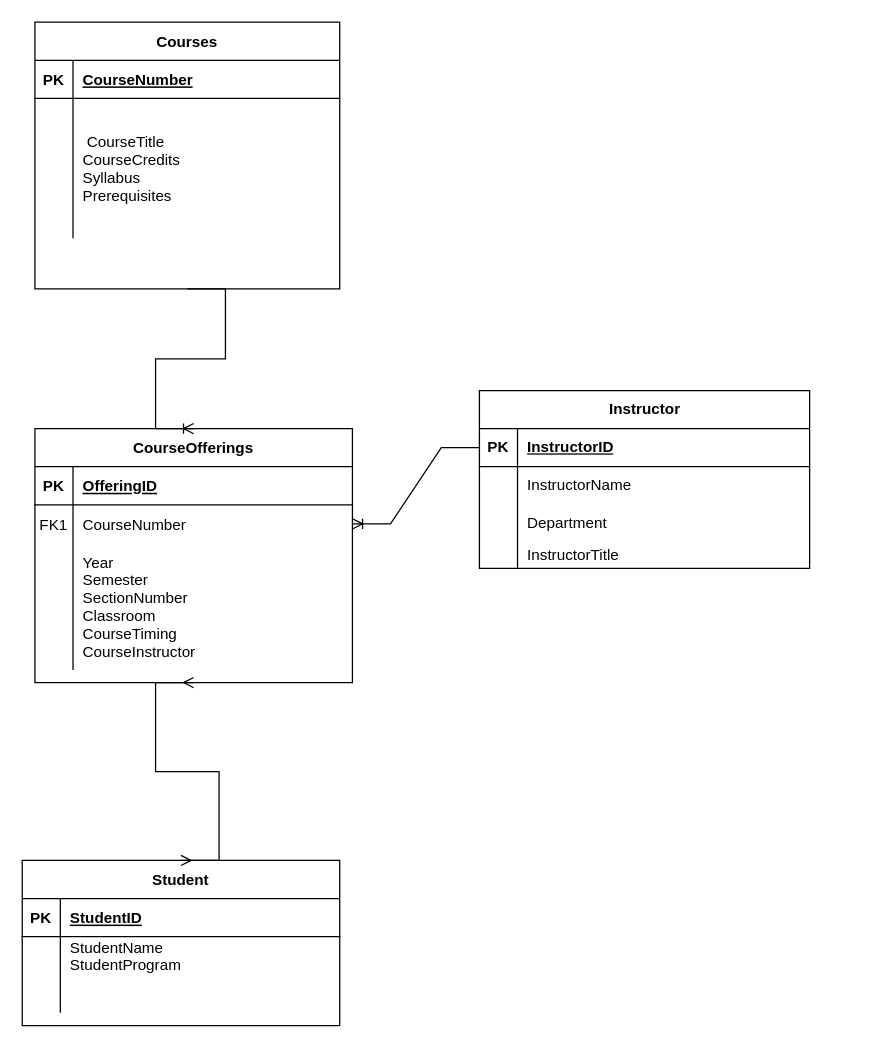
HarrisonMicai/Music-Library-Database keeps this draw.io diagram as Untitled Diagram.drawio. Above is the earlier version. Source tidied: cells renumbered, new cells numbered last; positions are measured from the earlier drawing's top-left corner, leaving out a move shared by most shapes. Both pictures are drawn from the tidied source at 127%, with x=0, y=0 at pixel (-17, 22).
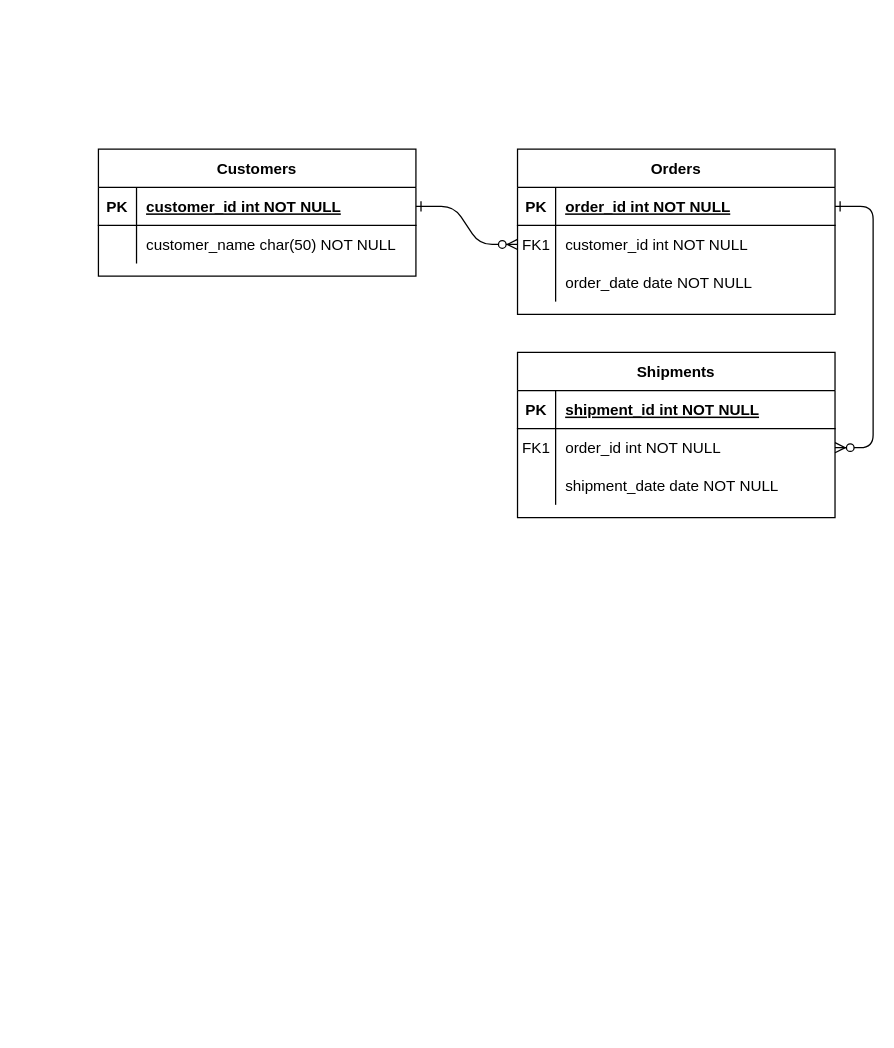
After the change.

The change refers to these unchanged cells:
```xml
<mxCell id="3" style="shape=partialRectangle;fillColor=none;points=[[0,0.5],[1,0.5]];portConstraint=eastwest;top=0;left=0;right=0;bottom=1;" parent="2" vertex="1">
  <mxGeometry y="30" width="250" height="30" as="geometry" />
</mxCell>
<mxCell id="6" style="shape=partialRectangle;fillColor=none;points=[[0,0.5],[1,0.5]];portConstraint=eastwest;top=0;left=0;right=0;bottom=0;" parent="2" vertex="1">
  <mxGeometry y="60" width="250" height="30" as="geometry" />
</mxCell>
<mxCell id="13" style="shape=partialRectangle;fillColor=none;top=0;left=0;right=0;bottom=1;" parent="12" vertex="1">
  <mxGeometry y="30" width="250" height="30" as="geometry" />
</mxCell>
<mxCell id="16" style="shape=partialRectangle;fillColor=none;points=[[0,0.5],[1,0.5]];portConstraint=eastwest;top=0;left=0;right=0;bottom=0;" parent="12" vertex="1">
  <mxGeometry y="60" width="250" height="30" as="geometry" />
</mxCell>
<mxCell id="19" style="shape=partialRectangle;fillColor=none;top=0;left=0;right=0;bottom=0;" parent="12" vertex="1">
  <mxGeometry y="90" width="250" height="30" as="geometry" />
</mxCell>
```

Change to the diagram source:
```diff
@@
+    <mxCell id="45" style="edgeStyle=entityRelationEdgeStyle;endArrow=ERzeroToMany;startArrow=ERone;endFill=1;startFill=0;" parent="1" edge="1" source="23" target="6">
+      <mxGeometry relative="1" as="geometry" />
+    </mxCell>
+    <mxCell id="46" style="edgeStyle=entityRelationEdgeStyle;endArrow=ERzeroToMany;startArrow=ERone;endFill=1;startFill=0;" parent="1" edge="1" source="3" target="16">
+      <mxGeometry relative="1" as="geometry" />
+    </mxCell>
-    <mxCell id="2" value="CourseOfferings" style="shape=table;startSize=30;childLayout=tableLayout;rowLines=0;fontStyle=1;align=center;" parent="1" vertex="1">
-      <mxGeometry x="40" y="320" width="250" height="200" as="geometry" />
+    <mxCell id="2" value="Orders" style="shape=table;startSize=30;childLayout=tableLayout;rowLines=0;fontStyle=1;align=center;" parent="1" vertex="1">
+      <mxGeometry x="420" y="100" width="250" height="130" as="geometry" />
     </mxCell>
@@
-    <mxCell id="5" value="OfferingID" style="shape=partialRectangle;overflow=hidden;fillColor=none;top=0;left=0;bottom=0;right=0;align=left;spacingLeft=6;fontStyle=5;" parent="3" vertex="1">
+    <mxCell id="5" value="order_id int NOT NULL " style="shape=partialRectangle;overflow=hidden;fillColor=none;top=0;left=0;bottom=0;right=0;align=left;spacingLeft=6;fontStyle=5;" parent="3" vertex="1">
       <mxGeometry x="30" width="220" height="30" as="geometry" />
     </mxCell>
@@
-    <mxCell id="8" value="CourseNumber" style="shape=partialRectangle;overflow=hidden;fillColor=none;top=0;left=0;bottom=0;right=0;align=left;spacingLeft=6;" parent="6" vertex="1">
+    <mxCell id="8" value="customer_id int NOT NULL" style="shape=partialRectangle;overflow=hidden;fillColor=none;top=0;left=0;bottom=0;right=0;align=left;spacingLeft=6;" parent="6" vertex="1">
       <mxGeometry x="30" width="220" height="30" as="geometry" />
     </mxCell>
     <mxCell id="9" style="shape=partialRectangle;fillColor=none;top=0;left=0;right=0;bottom=0;" parent="2" vertex="1">
-      <mxGeometry y="90" width="250" height="100" as="geometry" />
+      <mxGeometry y="90" width="250" height="30" as="geometry" />
     </mxCell>
     <mxCell id="10" style="shape=partialRectangle;overflow=hidden;fillColor=none;top=0;left=0;bottom=0;right=0;" parent="9" vertex="1">
-      <mxGeometry width="30" height="100" as="geometry" />
+      <mxGeometry width="30" height="30" as="geometry" />
     </mxCell>
-    <mxCell id="11" value="Year&#10;Semester&#10;SectionNumber&#10;Classroom&#10;CourseTiming&#10;CourseInstructor" style="shape=partialRectangle;overflow=hidden;fillColor=none;top=0;left=0;bottom=0;right=0;align=left;spacingLeft=6;" parent="9" vertex="1">
-      <mxGeometry x="30" width="220" height="100" as="geometry" />
+    <mxCell id="11" value="order_date date NOT NULL" style="shape=partialRectangle;overflow=hidden;fillColor=none;top=0;left=0;bottom=0;right=0;align=left;spacingLeft=6;" parent="9" vertex="1">
+      <mxGeometry x="30" width="220" height="30" as="geometry" />
     </mxCell>
-    <mxCell id="12" value="Student" style="shape=table;startSize=30;childLayout=tableLayout;rowLines=0;fontStyle=1;align=center;" parent="1" vertex="1">
-      <mxGeometry x="30" y="660" width="250" height="130" as="geometry" />
+    <mxCell id="12" value="Shipments" style="shape=table;startSize=30;childLayout=tableLayout;rowLines=0;fontStyle=1;align=center;" parent="1" vertex="1">
+      <mxGeometry x="420" y="260" width="250" height="130" as="geometry" />
     </mxCell>
@@
-    <mxCell id="15" value="StudentID" style="shape=partialRectangle;overflow=hidden;fillColor=none;top=0;left=0;bottom=0;right=0;align=left;spacingLeft=6;fontStyle=5;" parent="13" vertex="1">
+    <mxCell id="15" value="shipment_id int NOT NULL " style="shape=partialRectangle;overflow=hidden;fillColor=none;top=0;left=0;bottom=0;right=0;align=left;spacingLeft=6;fontStyle=5;" parent="13" vertex="1">
       <mxGeometry x="30" width="220" height="30" as="geometry" />
     </mxCell>
@@
-    <mxCell id="17" style="shape=partialRectangle;overflow=hidden;fillColor=none;top=0;left=0;bottom=0;right=0;" parent="16" vertex="1">
+    <mxCell id="17" value="FK1" style="shape=partialRectangle;overflow=hidden;fillColor=none;top=0;left=0;bottom=0;right=0;" parent="16" vertex="1">
       <mxGeometry width="30" height="30" as="geometry" />
     </mxCell>
-    <mxCell id="18" value="StudentName&#10;StudentProgram" style="shape=partialRectangle;overflow=hidden;fillColor=none;top=0;left=0;bottom=0;right=0;align=left;spacingLeft=6;" parent="16" vertex="1">
+    <mxCell id="18" value="order_id int NOT NULL" style="shape=partialRectangle;overflow=hidden;fillColor=none;top=0;left=0;bottom=0;right=0;align=left;spacingLeft=6;" parent="16" vertex="1">
       <mxGeometry x="30" width="220" height="30" as="geometry" />
     </mxCell>
@@
-    <mxCell id="21" style="shape=partialRectangle;overflow=hidden;fillColor=none;top=0;left=0;bottom=0;right=0;align=left;spacingLeft=6;" parent="19" vertex="1">
+    <mxCell id="21" value="shipment_date date NOT NULL" style="shape=partialRectangle;overflow=hidden;fillColor=none;top=0;left=0;bottom=0;right=0;align=left;spacingLeft=6;" parent="19" vertex="1">
       <mxGeometry x="30" width="220" height="30" as="geometry" />
     </mxCell>
-    <mxCell id="22" value="Courses" style="shape=table;startSize=30;childLayout=tableLayout;rowLines=0;fontStyle=1;align=center;" parent="1" vertex="1">
-      <mxGeometry x="40" width="240" height="210" as="geometry" />
+    <mxCell id="22" value="Customers" style="shape=table;startSize=30;childLayout=tableLayout;rowLines=0;fontStyle=1;align=center;" parent="1" vertex="1">
+      <mxGeometry x="90" y="100" width="250" height="100" as="geometry" />
     </mxCell>
     <mxCell id="23" style="shape=partialRectangle;fillColor=none;points=[[0,0.5],[1,0.5]];portConstraint=eastwest;top=0;left=0;right=0;bottom=1;" parent="22" vertex="1">
-      <mxGeometry y="30" width="240" height="30" as="geometry" />
+      <mxGeometry y="30" width="250" height="30" as="geometry" />
     </mxCell>
@@
-    <mxCell id="25" value="CourseNumber" style="shape=partialRectangle;overflow=hidden;fillColor=none;top=0;left=0;bottom=0;right=0;align=left;spacingLeft=6;fontStyle=5;" parent="23" vertex="1">
-      <mxGeometry x="30" width="210" height="30" as="geometry" />
+    <mxCell id="25" value="customer_id int NOT NULL " style="shape=partialRectangle;overflow=hidden;fillColor=none;top=0;left=0;bottom=0;right=0;align=left;spacingLeft=6;fontStyle=5;" parent="23" vertex="1">
+      <mxGeometry x="30" width="220" height="30" as="geometry" />
     </mxCell>
     <mxCell id="26" style="shape=partialRectangle;fillColor=none;top=0;left=0;right=0;bottom=0;" parent="22" vertex="1">
-      <mxGeometry y="60" width="240" height="110" as="geometry" />
+      <mxGeometry y="60" width="250" height="30" as="geometry" />
     </mxCell>
     <mxCell id="27" style="shape=partialRectangle;overflow=hidden;fillColor=none;top=0;left=0;bottom=0;right=0;" parent="26" vertex="1">
-      <mxGeometry width="30" height="110" as="geometry" />
+      <mxGeometry width="30" height="30" as="geometry" />
     </mxCell>
-    <mxCell id="28" value=" CourseTitle&#10;CourseCredits&#10;Syllabus&#10;Prerequisites" style="shape=partialRectangle;overflow=hidden;fillColor=none;top=0;left=0;bottom=0;right=0;align=left;spacingLeft=6;" parent="26" vertex="1">
-      <mxGeometry x="30" width="210" height="110" as="geometry" />
+    <mxCell id="28" value="customer_name char(50) NOT NULL" style="shape=partialRectangle;overflow=hidden;fillColor=none;top=0;left=0;bottom=0;right=0;align=left;spacingLeft=6;" parent="26" vertex="1">
+      <mxGeometry x="30" width="220" height="30" as="geometry" />
     </mxCell>
-    <mxCell id="29" value="Instructor" style="shape=table;startSize=30;childLayout=tableLayout;rowLines=0;fontStyle=1;align=center;html=1;" parent="1" vertex="1">
-      <mxGeometry x="390" y="290" width="260" height="140" as="geometry" />
-    </mxCell>
-    <mxCell id="30" style="shape=tableRow;horizontal=0;startSize=0;swimlaneHead=0;swimlaneBody=0;fillColor=none;points=[[0,0.5],[1,0.5]];portConstraint=eastwest;top=0;left=0;right=0;bottom=1;" parent="29" vertex="1">
-      <mxGeometry y="30" width="260" height="30" as="geometry" />
-    </mxCell>
-    <mxCell id="31" value="PK" style="shape=partialRectangle;fillColor=none;top=0;left=0;bottom=0;right=0;fontStyle=1;overflow=hidden;whiteSpace=wrap;html=1;" parent="30" vertex="1">
-      <mxGeometry width="30" height="30" as="geometry" />
-    </mxCell>
-    <mxCell id="32" value="InstructorID" style="shape=partialRectangle;fillColor=none;top=0;left=0;bottom=0;right=0;align=left;spacingLeft=6;fontStyle=5;overflow=hidden;whiteSpace=wrap;html=1;" parent="30" vertex="1">
-      <mxGeometry x="30" width="230" height="30" as="geometry" />
-    </mxCell>
-    <mxCell id="33" style="shape=tableRow;horizontal=0;startSize=0;swimlaneHead=0;swimlaneBody=0;fillColor=none;top=0;left=0;right=0;bottom=0;" parent="29" vertex="1">
-      <mxGeometry y="60" width="260" height="30" as="geometry" />
-    </mxCell>
-    <mxCell id="34" style="shape=partialRectangle;fillColor=none;top=0;left=0;bottom=0;right=0;overflow=hidden;whiteSpace=wrap;html=1;" parent="33" vertex="1">
-      <mxGeometry width="30" height="30" as="geometry" />
-    </mxCell>
-    <mxCell id="35" value="InstructorName" style="shape=partialRectangle;fillColor=none;top=0;left=0;bottom=0;right=0;align=left;spacingLeft=6;overflow=hidden;whiteSpace=wrap;html=1;" parent="33" vertex="1">
-      <mxGeometry x="30" width="230" height="30" as="geometry" />
-    </mxCell>
-    <mxCell id="36" style="shape=tableRow;horizontal=0;startSize=0;swimlaneHead=0;swimlaneBody=0;fillColor=none;top=0;left=0;right=0;bottom=0;" parent="29" vertex="1">
-      <mxGeometry y="90" width="260" height="30" as="geometry" />
-    </mxCell>
-    <mxCell id="37" style="shape=partialRectangle;fillColor=none;top=0;left=0;bottom=0;right=0;overflow=hidden;whiteSpace=wrap;html=1;" parent="36" vertex="1">
-      <mxGeometry width="30" height="30" as="geometry" />
-    </mxCell>
-    <mxCell id="38" value="Department" style="shape=partialRectangle;fillColor=none;top=0;left=0;bottom=0;right=0;align=left;spacingLeft=6;overflow=hidden;whiteSpace=wrap;html=1;" parent="36" vertex="1">
-      <mxGeometry x="30" width="230" height="30" as="geometry" />
-    </mxCell>
-    <mxCell id="39" style="shape=tableRow;horizontal=0;startSize=0;swimlaneHead=0;swimlaneBody=0;fillColor=none;top=0;left=0;right=0;bottom=0;" parent="29" vertex="1">
-      <mxGeometry y="120" width="260" height="20" as="geometry" />
-    </mxCell>
-    <mxCell id="40" style="shape=partialRectangle;fillColor=none;top=0;left=0;bottom=0;right=0;overflow=hidden;whiteSpace=wrap;html=1;" parent="39" vertex="1">
-      <mxGeometry width="30" height="20" as="geometry" />
-    </mxCell>
-    <mxCell id="41" value="InstructorTitle" style="shape=partialRectangle;fillColor=none;top=0;left=0;bottom=0;right=0;align=left;spacingLeft=6;overflow=hidden;whiteSpace=wrap;html=1;" parent="39" vertex="1">
-      <mxGeometry x="30" width="230" height="20" as="geometry" />
-    </mxCell>
-    <mxCell id="42" style="edgeStyle=entityRelationEdgeStyle;fontSize=12;html=1;endArrow=ERoneToMany;rounded=0;exitX=0.5;exitY=1;exitDx=0;exitDy=0;entryX=0.5;entryY=0;entryDx=0;entryDy=0;" parent="1" edge="1" source="22" target="2">
-      <mxGeometry relative="1" as="geometry">
-        <Array as="points">
-          <mxPoint x="40" y="40" />
-          <mxPoint x="90" y="210" />
-          <mxPoint x="60" y="330" />
-          <mxPoint x="170" y="290" />
-          <mxPoint x="100" y="310" />
-          <mxPoint x="120" y="260" />
-          <mxPoint x="160" y="290" />
-          <mxPoint y="260" />
-        </Array>
-      </mxGeometry>
-    </mxCell>
-    <mxCell id="43" style="edgeStyle=entityRelationEdgeStyle;fontSize=12;html=1;endArrow=ERoneToMany;rounded=0;exitX=0;exitY=0.5;exitDx=0;exitDy=0;entryX=1;entryY=0.5;entryDx=0;entryDy=0;" parent="1" edge="1" source="30" target="6">
-      <mxGeometry relative="1" as="geometry" />
-    </mxCell>
-    <mxCell id="44" style="edgeStyle=entityRelationEdgeStyle;fontSize=12;html=1;endArrow=ERmany;startArrow=ERmany;rounded=0;exitX=0.5;exitY=0;exitDx=0;exitDy=0;entryX=0.5;entryY=1;entryDx=0;entryDy=0;" parent="1" edge="1" source="12" target="2">
-      <mxGeometry relative="1" as="geometry" />
-    </mxCell>
```
